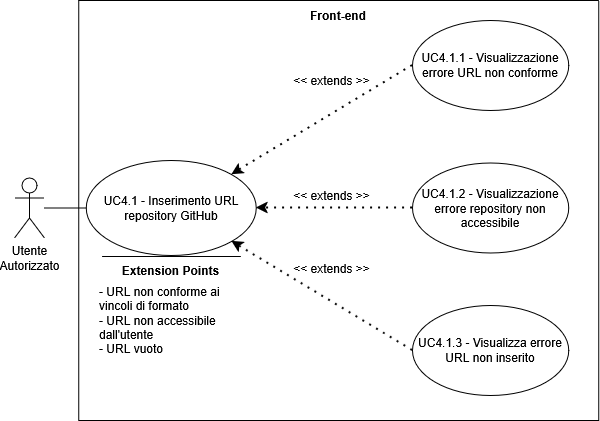
This is assets/diagrams/UC4_1.png from SkarabGroup/DocumentazioneProgetto, a draw.io export, as it was before one commit. Source tidied: cells renumbered, new cells last; positions are measured from the earlier drawing's top-left corner, leaving out a move shared by most shapes.
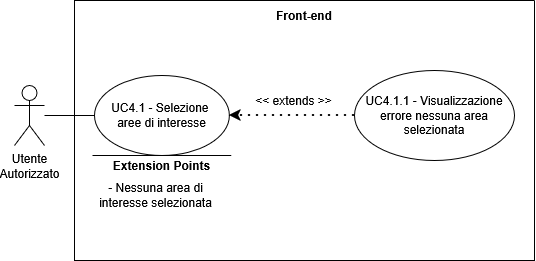
The same file after the commit.

Diff of the diagram source:
```diff
@@ -2,59 +2,41 @@
   <root>
     <mxCell id="0" />
     <mxCell id="1" parent="0" />
-    <mxCell id="2" style="swimlane;startSize=0;" parent="1" vertex="1">
-      <mxGeometry x="64.3" width="520" height="420" as="geometry" />
-    </mxCell>
-    <mxCell id="3" value="UC4.1.1 - Visualizzazione errore URL non conforme" style="ellipse;whiteSpace=wrap;html=1;" parent="2" vertex="1">
-      <mxGeometry x="333.8" y="20" width="156.2" height="90" as="geometry" />
-    </mxCell>
-    <mxCell id="4" style="endArrow=classic;dashed=1;html=1;dashPattern=1 3;strokeWidth=2;rounded=0;entryX=1;entryY=0;entryDx=0;entryDy=0;strokeColor=default;curved=0;endFill=1;endSize=6;exitX=0;exitY=0.5;exitDx=0;exitDy=0;" parent="2" edge="1" source="3" target="8">
-      <mxGeometry relative="1" as="geometry" />
-    </mxCell>
+    <mxCell id="17" value="&lt;div&gt;Utente&lt;/div&gt;&lt;div&gt;&lt;span style=&quot;background-color: transparent; color: light-dark(rgb(0, 0, 0), rgb(255, 255, 255));&quot;&gt;Autorizzato&lt;/span&gt;&lt;/div&gt;" style="shape=umlActor;verticalLabelPosition=bottom;verticalAlign=top;html=1;outlineConnect=0;" parent="1" vertex="1">
+      <mxGeometry y="177.5" width="30" height="60" as="geometry" />
+    </mxCell>
+    <mxCell id="19" style="swimlane;startSize=0;" parent="1" vertex="1">
+      <mxGeometry x="60" y="92.5" width="460" height="260" as="geometry" />
+    </mxCell>
+    <mxCell id="20" value="&lt;div&gt;UC4.1 - Selezione&amp;nbsp;&lt;/div&gt;&lt;div&gt;aree di interesse&lt;/div&gt;" style="ellipse;whiteSpace=wrap;html=1;" parent="19" vertex="1">
+      <mxGeometry x="20" y="75" width="134.9" height="80" as="geometry" />
+    </mxCell>
+    <mxCell id="21" value="UC4.1.1 - Visualizzazione errore nessuna area selezionata" style="ellipse;whiteSpace=wrap;html=1;" parent="19" vertex="1">
+      <mxGeometry x="280" y="70" width="160" height="90" as="geometry" />
+    </mxCell>
+    <mxCell id="22" style="endArrow=classic;dashed=1;html=1;dashPattern=1 3;strokeWidth=2;rounded=0;entryX=1;entryY=0.5;entryDx=0;entryDy=0;exitX=0;exitY=0.5;exitDx=0;exitDy=0;strokeColor=default;curved=0;endFill=1;endSize=6;" parent="19" edge="1" source="21" target="20">
+      <mxGeometry relative="1" as="geometry" />
+    </mxCell>
-    <mxCell id="5" value="&lt;div&gt;&amp;lt;&amp;lt; extends &amp;gt;&amp;gt;&lt;/div&gt;" style="text;html=1;whiteSpace=wrap;strokeColor=none;fillColor=none;align=center;verticalAlign=middle;rounded=0;" parent="2" vertex="1">
-      <mxGeometry x="205.7" y="65" width="95" height="30" as="geometry" />
+    <mxCell id="5" value="&lt;div&gt;&amp;lt;&amp;lt; extends &amp;gt;&amp;gt;&lt;/div&gt;" style="text;html=1;whiteSpace=wrap;strokeColor=none;fillColor=none;align=center;verticalAlign=middle;rounded=0;" parent="19" vertex="1">
+      <mxGeometry x="171.9" y="85" width="95" height="30" as="geometry" />
     </mxCell>
-    <mxCell id="6" style="endArrow=classic;dashed=1;html=1;dashPattern=1 3;strokeWidth=2;rounded=0;exitX=0;exitY=0.5;exitDx=0;exitDy=0;strokeColor=default;curved=0;endFill=1;endSize=6;entryX=1;entryY=0.5;entryDx=0;entryDy=0;" parent="2" edge="1" source="15" target="8">
-      <mxGeometry relative="1" as="geometry" />
-    </mxCell>
-    <mxCell id="7" value="&amp;lt;&amp;lt; extends &amp;gt;&amp;gt;" style="text;html=1;whiteSpace=wrap;strokeColor=none;fillColor=none;align=center;verticalAlign=middle;rounded=0;" parent="2" vertex="1">
-      <mxGeometry x="205.7" y="180" width="95" height="30" as="geometry" />
-    </mxCell>
-    <mxCell id="8" value="UC4.1 - Inserimento URL repository GitHub" style="ellipse;whiteSpace=wrap;html=1;" parent="2" vertex="1">
-      <mxGeometry x="7.5" y="160" width="170" height="95" as="geometry" />
-    </mxCell>
-    <mxCell id="9" style="endArrow=none;html=1;rounded=0;" parent="2" edge="1">
-      <mxGeometry relative="1" as="geometry">
-        <mxPoint x="162" y="256" as="sourcePoint" />
-        <mxPoint x="23.2" y="256" as="targetPoint" />
-      </mxGeometry>
-    </mxCell>
+    <mxCell id="23" style="endArrow=none;html=1;rounded=0;" parent="19" edge="1">
+      <mxGeometry relative="1" as="geometry">
+        <mxPoint x="156.8" y="155" as="sourcePoint" />
+        <mxPoint x="18" y="155" as="targetPoint" />
+      </mxGeometry>
+    </mxCell>
-    <mxCell id="10" value="&lt;b&gt;Extension Points&lt;/b&gt;" style="text;html=1;whiteSpace=wrap;strokeColor=none;fillColor=none;align=center;verticalAlign=middle;rounded=0;strokeWidth=5;" parent="2" vertex="1">
-      <mxGeometry x="35" y="255" width="115" height="30" as="geometry" />
+    <mxCell id="10" value="&lt;b&gt;Extension Points&lt;/b&gt;" style="text;html=1;whiteSpace=wrap;strokeColor=none;fillColor=none;align=center;verticalAlign=middle;rounded=0;strokeWidth=5;" parent="19" vertex="1">
+      <mxGeometry x="29.9" y="150" width="115" height="30" as="geometry" />
     </mxCell>
-    <mxCell id="11" value="&lt;div align=&quot;left&quot;&gt;- URL non conforme ai vincoli di formato&lt;/div&gt;&lt;div align=&quot;left&quot;&gt;- URL non accessibile dall'utente&lt;/div&gt;&lt;div align=&quot;left&quot;&gt;- URL vuoto&lt;/div&gt;" style="text;html=1;whiteSpace=wrap;strokeColor=none;fillColor=none;align=left;verticalAlign=middle;rounded=0;" parent="2" vertex="1">
-      <mxGeometry x="19" y="270" width="147" height="100" as="geometry" />
-    </mxCell>
-    <mxCell id="12" style="endArrow=classic;dashed=1;html=1;dashPattern=1 3;strokeWidth=2;rounded=0;entryX=1;entryY=1;entryDx=0;entryDy=0;exitX=0;exitY=0.5;exitDx=0;exitDy=0;strokeColor=default;curved=0;endFill=1;endSize=6;" parent="2" edge="1" source="16" target="8">
-      <mxGeometry relative="1" as="geometry" />
-    </mxCell>
-    <mxCell id="13" value="&amp;lt;&amp;lt; extends &amp;gt;&amp;gt;" style="text;html=1;whiteSpace=wrap;strokeColor=none;fillColor=none;align=center;verticalAlign=middle;rounded=0;" parent="2" vertex="1">
-      <mxGeometry x="205.7" y="252.5" width="95" height="30" as="geometry" />
-    </mxCell>
+    <mxCell id="24" value="&lt;div align=&quot;center&quot;&gt;- Nessuna area di interesse selezionata&lt;/div&gt;" style="text;html=1;whiteSpace=wrap;strokeColor=none;fillColor=none;align=center;verticalAlign=middle;rounded=0;" parent="19" vertex="1">
+      <mxGeometry x="7.9" y="155" width="147" height="80" as="geometry" />
+    </mxCell>
-    <mxCell id="14" value="Front-end" style="text;html=1;whiteSpace=wrap;strokeColor=none;fillColor=none;align=center;verticalAlign=middle;rounded=0;perimeterSpacing=1;fontStyle=1;" parent="2" vertex="1">
-      <mxGeometry x="230" width="60" height="30" as="geometry" />
+    <mxCell id="14" value="Front-end" style="text;html=1;whiteSpace=wrap;strokeColor=none;fillColor=none;align=center;verticalAlign=middle;rounded=0;perimeterSpacing=1;fontStyle=1;" parent="19" vertex="1">
+      <mxGeometry x="200" width="60" height="30" as="geometry" />
     </mxCell>
-    <mxCell id="15" value="UC4.1.2 - Visualizzazione errore repository non accessibile" style="ellipse;whiteSpace=wrap;html=1;" parent="2" vertex="1">
-      <mxGeometry x="333.7" y="162.5" width="156.2" height="90" as="geometry" />
-    </mxCell>
-    <mxCell id="16" value="UC4.1.3 - Visualizza errore URL non inserito" style="ellipse;whiteSpace=wrap;html=1;" parent="2" vertex="1">
-      <mxGeometry x="333.7" y="305" width="156.2" height="90" as="geometry" />
-    </mxCell>
-    <mxCell id="17" value="&lt;div&gt;Utente&lt;/div&gt;&lt;div&gt;&lt;span style=&quot;background-color: transparent; color: light-dark(rgb(0, 0, 0), rgb(255, 255, 255));&quot;&gt;Autorizzato&lt;/span&gt;&lt;/div&gt;" style="shape=umlActor;verticalLabelPosition=bottom;verticalAlign=top;html=1;outlineConnect=0;" parent="1" vertex="1">
-      <mxGeometry y="177.5" width="30" height="60" as="geometry" />
-    </mxCell>
-    <mxCell id="18" style="endArrow=none;html=1;rounded=0;entryX=0;entryY=0.5;entryDx=0;entryDy=0;" parent="1" edge="1" source="17" target="8">
-      <mxGeometry relative="1" as="geometry" />
-    </mxCell>
+    <mxCell id="25" style="endArrow=none;html=1;rounded=0;entryX=0;entryY=0.5;entryDx=0;entryDy=0;" parent="1" edge="1" source="17" target="20">
+      <mxGeometry relative="1" as="geometry" />
+    </mxCell>
   </root>
 </mxGraphModel>
```
